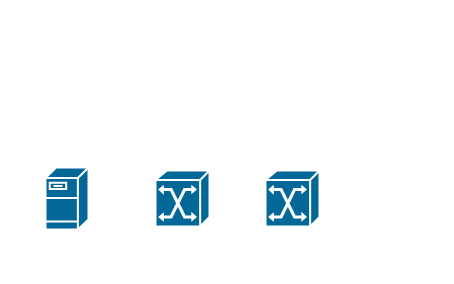
The draw.io diagram 未命名绘图.drawio in poetlife/diagrams, before the edit. Source tidied: cells renumbered, new cells numbered last; positions are measured from the earlier drawing's top-left corner, leaving out a move shared by most shapes. Both pictures are drawn from the tidied source at 100%, with x=0, y=0 at pixel (45, 167).
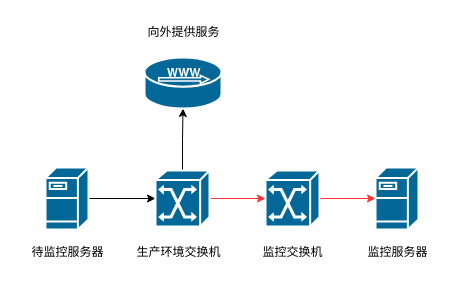
After the change.

Commit message (it also covers changes not shown here):
更新未命名绘图.drawio

Diff of the diagram source:
```diff
@@
 <mxGraphModel>
   <root>
     <mxCell id="0" />
     <mxCell id="1" parent="0" />
+    <mxCell id="5" style="edgeStyle=orthogonalEdgeStyle;rounded=0;jettySize=auto;html=1;exitX=1;exitY=0.5;exitDx=0;exitDy=0;exitPerimeter=0;entryX=0;entryY=0.5;entryDx=0;entryDy=0;entryPerimeter=0;" parent="1" edge="1" source="2" target="3">
+      <mxGeometry relative="1" as="geometry" />
+    </mxCell>
     <mxCell id="2" style="shape=mxgraph.cisco.servers.fileserver;sketch=0;html=1;dashed=0;fillColor=#036897;strokeColor=#ffffff;strokeWidth=2;verticalLabelPosition=bottom;verticalAlign=top;align=center;outlineConnect=0;" parent="1" vertex="1">
       <mxGeometry width="43" height="62" as="geometry" />
     </mxCell>
+    <mxCell id="6" style="edgeStyle=orthogonalEdgeStyle;rounded=0;jettySize=auto;html=1;exitX=0.5;exitY=0;exitDx=0;exitDy=0;exitPerimeter=0;entryX=0.5;entryY=1;entryDx=0;entryDy=0;entryPerimeter=0;" parent="1" edge="1" source="3" target="10">
+      <mxGeometry relative="1" as="geometry" />
+    </mxCell>
+    <mxCell id="7" style="edgeStyle=orthogonalEdgeStyle;rounded=0;jettySize=auto;html=1;exitX=1;exitY=0.5;exitDx=0;exitDy=0;exitPerimeter=0;entryX=0;entryY=0.5;entryDx=0;entryDy=0;entryPerimeter=0;strokeColor=#FF3333;" parent="1" edge="1" source="3" target="4">
+      <mxGeometry relative="1" as="geometry" />
+    </mxCell>
     <mxCell id="3" style="shape=mxgraph.cisco.switches.atm_switch;sketch=0;html=1;dashed=0;fillColor=#036897;strokeColor=#ffffff;strokeWidth=2;verticalLabelPosition=bottom;verticalAlign=top;align=center;outlineConnect=0;" parent="1" vertex="1">
       <mxGeometry x="110" y="3" width="54" height="56" as="geometry" />
     </mxCell>
+    <mxCell id="8" style="edgeStyle=orthogonalEdgeStyle;rounded=0;jettySize=auto;html=1;exitX=1;exitY=0.5;exitDx=0;exitDy=0;exitPerimeter=0;entryX=0;entryY=0.5;entryDx=0;entryDy=0;entryPerimeter=0;strokeColor=#FF3333;" parent="1" edge="1" source="4" target="9">
+      <mxGeometry relative="1" as="geometry" />
+    </mxCell>
     <mxCell id="4" style="shape=mxgraph.cisco.switches.atm_switch;sketch=0;html=1;dashed=0;fillColor=#036897;strokeColor=#ffffff;strokeWidth=2;verticalLabelPosition=bottom;verticalAlign=top;align=center;outlineConnect=0;" parent="1" vertex="1">
       <mxGeometry x="220" y="3" width="54" height="56" as="geometry" />
     </mxCell>
+    <mxCell id="9" style="shape=mxgraph.cisco.servers.fileserver;sketch=0;html=1;dashed=0;fillColor=#036897;strokeColor=#ffffff;strokeWidth=2;verticalLabelPosition=bottom;verticalAlign=top;align=center;outlineConnect=0;" parent="1" vertex="1">
+      <mxGeometry x="330" width="43" height="62" as="geometry" />
+    </mxCell>
+    <mxCell id="10" style="shape=mxgraph.cisco.servers.microwebserver;sketch=0;html=1;dashed=0;fillColor=#036897;strokeColor=#ffffff;strokeWidth=2;verticalLabelPosition=bottom;verticalAlign=top;align=center;outlineConnect=0;" parent="1" vertex="1">
+      <mxGeometry x="99" y="-110" width="77" height="51" as="geometry" />
+    </mxCell>
+    <mxCell id="11" value="待监控服务器" style="text;html=1;align=center;verticalAlign=middle;strokeColor=none;fillColor=none;" parent="1" vertex="1">
+      <mxGeometry x="-28.5" y="70" width="100" height="30" as="geometry" />
+    </mxCell>
+    <mxCell id="12" value="向外提供服务" style="text;html=1;align=center;verticalAlign=middle;strokeColor=none;fillColor=none;" parent="1" vertex="1">
+      <mxGeometry x="87.5" y="-150" width="100" height="30" as="geometry" />
+    </mxCell>
+    <mxCell id="13" value="生产环境交换机" style="text;html=1;align=center;verticalAlign=middle;strokeColor=none;fillColor=none;" parent="1" vertex="1">
+      <mxGeometry x="77.5" y="70" width="110" height="30" as="geometry" />
+    </mxCell>
+    <mxCell id="14" value="监控交换机" style="text;html=1;align=center;verticalAlign=middle;strokeColor=none;fillColor=none;" parent="1" vertex="1">
+      <mxGeometry x="207" y="70" width="80" height="30" as="geometry" />
+    </mxCell>
+    <mxCell id="15" value="监控服务器" style="text;html=1;align=center;verticalAlign=middle;strokeColor=none;fillColor=none;" parent="1" vertex="1">
+      <mxGeometry x="311.5" y="70" width="80" height="30" as="geometry" />
+    </mxCell>
   </root>
 </mxGraphModel>
```
